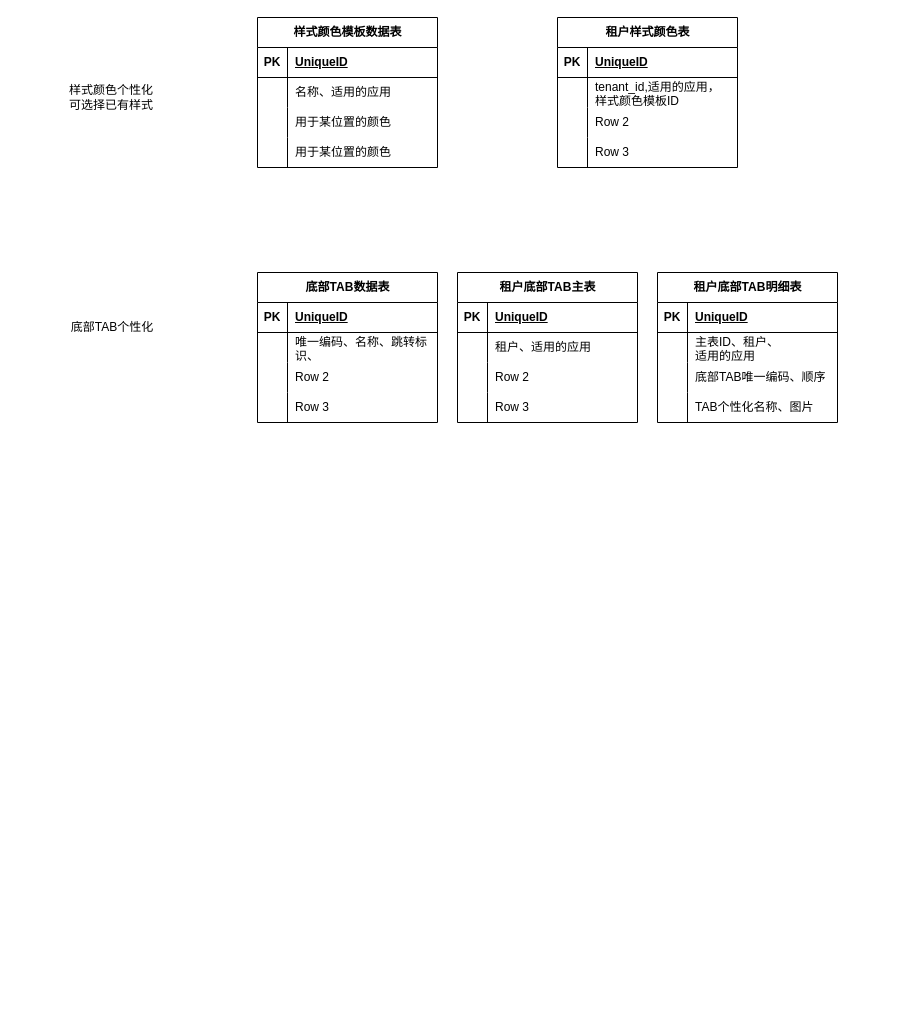
Above: page "页面个性化装修" (4 of 4) of saas数据模型.drawio in chlInGithub/diagrams (draw.io), before the change. Source tidied: cells renumbered, new cells numbered last; positions are measured from the earlier drawing's top-left corner, leaving out a move shared by most shapes. Both pictures are drawn from the tidied source at 100%, with x=0, y=0 at pixel (67, 17).
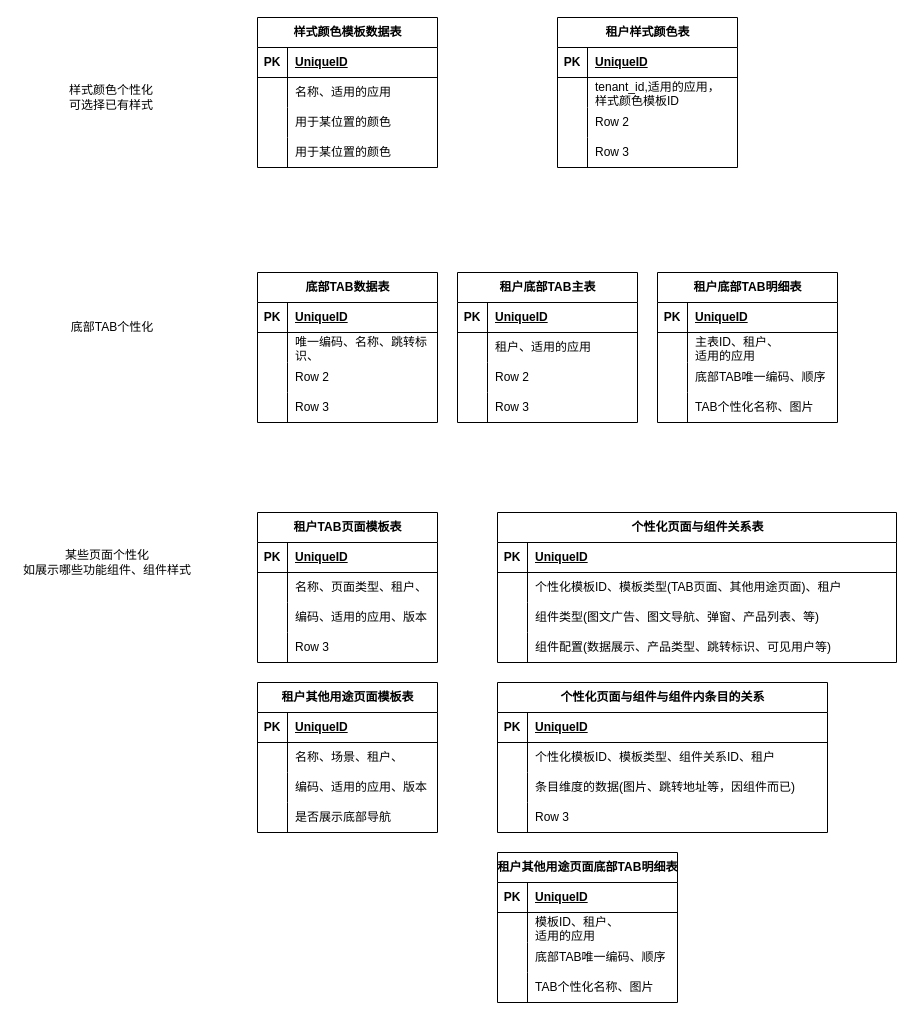
The same page after the edit.

Commit message:
更新saas数据模型.drawio

Diff of the diagram source:
```diff
@@
+    <mxCell id="69" value="租户TAB页面模板表" style="shape=table;startSize=30;childLayout=tableLayout;rowLines=0;fontStyle=1;align=center;html=1;" parent="1" vertex="1">
+      <mxGeometry x="190" y="495" width="180" height="150" as="geometry" />
+    </mxCell>
+    <mxCell id="70" style="shape=tableRow;horizontal=0;startSize=0;swimlaneHead=0;swimlaneBody=0;fillColor=none;top=0;left=0;right=0;bottom=1;" parent="69" vertex="1">
+      <mxGeometry y="30" width="180" height="30" as="geometry" />
+    </mxCell>
+    <mxCell id="71" value="PK" style="shape=partialRectangle;fillColor=none;top=0;left=0;bottom=0;right=0;fontStyle=1;overflow=hidden;whiteSpace=wrap;html=1;" parent="70" vertex="1">
+      <mxGeometry width="30" height="30" as="geometry" />
+    </mxCell>
+    <mxCell id="72" value="UniqueID" style="shape=partialRectangle;fillColor=none;top=0;left=0;bottom=0;right=0;align=left;spacingLeft=6;fontStyle=5;overflow=hidden;whiteSpace=wrap;html=1;" parent="70" vertex="1">
+      <mxGeometry x="30" width="150" height="30" as="geometry" />
+    </mxCell>
+    <mxCell id="73" style="shape=tableRow;horizontal=0;startSize=0;swimlaneHead=0;swimlaneBody=0;fillColor=none;top=0;left=0;right=0;bottom=0;" parent="69" vertex="1">
+      <mxGeometry y="60" width="180" height="30" as="geometry" />
+    </mxCell>
+    <mxCell id="74" style="shape=partialRectangle;fillColor=none;top=0;left=0;bottom=0;right=0;overflow=hidden;whiteSpace=wrap;html=1;" parent="73" vertex="1">
+      <mxGeometry width="30" height="30" as="geometry" />
+    </mxCell>
+    <mxCell id="75" value="名称、页面类型、租户、" style="shape=partialRectangle;fillColor=none;top=0;left=0;bottom=0;right=0;align=left;spacingLeft=6;overflow=hidden;whiteSpace=wrap;html=1;" parent="73" vertex="1">
+      <mxGeometry x="30" width="150" height="30" as="geometry" />
+    </mxCell>
+    <mxCell id="76" style="shape=tableRow;horizontal=0;startSize=0;swimlaneHead=0;swimlaneBody=0;fillColor=none;top=0;left=0;right=0;bottom=0;" parent="69" vertex="1">
+      <mxGeometry y="90" width="180" height="30" as="geometry" />
+    </mxCell>
+    <mxCell id="77" style="shape=partialRectangle;fillColor=none;top=0;left=0;bottom=0;right=0;overflow=hidden;whiteSpace=wrap;html=1;" parent="76" vertex="1">
+      <mxGeometry width="30" height="30" as="geometry" />
+    </mxCell>
+    <mxCell id="78" value="编码、适用的应用、版本" style="shape=partialRectangle;fillColor=none;top=0;left=0;bottom=0;right=0;align=left;spacingLeft=6;overflow=hidden;whiteSpace=wrap;html=1;" parent="76" vertex="1">
+      <mxGeometry x="30" width="150" height="30" as="geometry" />
+    </mxCell>
+    <mxCell id="79" style="shape=tableRow;horizontal=0;startSize=0;swimlaneHead=0;swimlaneBody=0;fillColor=none;top=0;left=0;right=0;bottom=0;" parent="69" vertex="1">
+      <mxGeometry y="120" width="180" height="30" as="geometry" />
+    </mxCell>
+    <mxCell id="80" style="shape=partialRectangle;fillColor=none;top=0;left=0;bottom=0;right=0;overflow=hidden;whiteSpace=wrap;html=1;" parent="79" vertex="1">
+      <mxGeometry width="30" height="30" as="geometry" />
+    </mxCell>
+    <mxCell id="81" value="Row 3" style="shape=partialRectangle;fillColor=none;top=0;left=0;bottom=0;right=0;align=left;spacingLeft=6;overflow=hidden;whiteSpace=wrap;html=1;" parent="79" vertex="1">
+      <mxGeometry x="30" width="150" height="30" as="geometry" />
+    </mxCell>
+    <mxCell id="82" value="某些页面个性化&lt;br&gt;如展示哪些功能组件、组件样式" style="text;html=1;strokeColor=none;fillColor=none;align=center;verticalAlign=middle;whiteSpace=wrap;rounded=0;" parent="1" vertex="1">
+      <mxGeometry x="-50" y="530" width="180" height="30" as="geometry" />
+    </mxCell>
+    <mxCell id="83" value="个性化页面与组件关系表" style="shape=table;startSize=30;childLayout=tableLayout;rowLines=0;fontStyle=1;align=center;html=1;" parent="1" vertex="1">
+      <mxGeometry x="430" y="495" width="399" height="150" as="geometry" />
+    </mxCell>
+    <mxCell id="84" style="shape=tableRow;horizontal=0;startSize=0;swimlaneHead=0;swimlaneBody=0;fillColor=none;top=0;left=0;right=0;bottom=1;" parent="83" vertex="1">
+      <mxGeometry y="30" width="399" height="30" as="geometry" />
+    </mxCell>
+    <mxCell id="85" value="PK" style="shape=partialRectangle;fillColor=none;top=0;left=0;bottom=0;right=0;fontStyle=1;overflow=hidden;whiteSpace=wrap;html=1;" parent="84" vertex="1">
+      <mxGeometry width="30" height="30" as="geometry" />
+    </mxCell>
+    <mxCell id="86" value="UniqueID" style="shape=partialRectangle;fillColor=none;top=0;left=0;bottom=0;right=0;align=left;spacingLeft=6;fontStyle=5;overflow=hidden;whiteSpace=wrap;html=1;" parent="84" vertex="1">
+      <mxGeometry x="30" width="369" height="30" as="geometry" />
+    </mxCell>
+    <mxCell id="87" style="shape=tableRow;horizontal=0;startSize=0;swimlaneHead=0;swimlaneBody=0;fillColor=none;top=0;left=0;right=0;bottom=0;" parent="83" vertex="1">
+      <mxGeometry y="60" width="399" height="30" as="geometry" />
+    </mxCell>
+    <mxCell id="88" style="shape=partialRectangle;fillColor=none;top=0;left=0;bottom=0;right=0;overflow=hidden;whiteSpace=wrap;html=1;" parent="87" vertex="1">
+      <mxGeometry width="30" height="30" as="geometry" />
+    </mxCell>
+    <mxCell id="89" value="个性化模板ID、模板类型(TAB页面、其他用途页面)、租户" style="shape=partialRectangle;fillColor=none;top=0;left=0;bottom=0;right=0;align=left;spacingLeft=6;overflow=hidden;whiteSpace=wrap;html=1;" parent="87" vertex="1">
+      <mxGeometry x="30" width="369" height="30" as="geometry" />
+    </mxCell>
+    <mxCell id="90" style="shape=tableRow;horizontal=0;startSize=0;swimlaneHead=0;swimlaneBody=0;fillColor=none;top=0;left=0;right=0;bottom=0;" parent="83" vertex="1">
+      <mxGeometry y="90" width="399" height="30" as="geometry" />
+    </mxCell>
+    <mxCell id="91" style="shape=partialRectangle;fillColor=none;top=0;left=0;bottom=0;right=0;overflow=hidden;whiteSpace=wrap;html=1;" parent="90" vertex="1">
+      <mxGeometry width="30" height="30" as="geometry" />
+    </mxCell>
+    <mxCell id="92" value="组件类型(图文广告、图文导航、弹窗、产品列表、等)" style="shape=partialRectangle;fillColor=none;top=0;left=0;bottom=0;right=0;align=left;spacingLeft=6;overflow=hidden;whiteSpace=wrap;html=1;" parent="90" vertex="1">
+      <mxGeometry x="30" width="369" height="30" as="geometry" />
+    </mxCell>
+    <mxCell id="93" style="shape=tableRow;horizontal=0;startSize=0;swimlaneHead=0;swimlaneBody=0;fillColor=none;top=0;left=0;right=0;bottom=0;" parent="83" vertex="1">
+      <mxGeometry y="120" width="399" height="30" as="geometry" />
+    </mxCell>
+    <mxCell id="94" style="shape=partialRectangle;fillColor=none;top=0;left=0;bottom=0;right=0;overflow=hidden;whiteSpace=wrap;html=1;" parent="93" vertex="1">
+      <mxGeometry width="30" height="30" as="geometry" />
+    </mxCell>
+    <mxCell id="95" value="组件配置(数据展示、产品类型、跳转标识、可见用户等)" style="shape=partialRectangle;fillColor=none;top=0;left=0;bottom=0;right=0;align=left;spacingLeft=6;overflow=hidden;whiteSpace=wrap;html=1;" parent="93" vertex="1">
+      <mxGeometry x="30" width="369" height="30" as="geometry" />
+    </mxCell>
+    <mxCell id="96" value="个性化页面与组件与组件内条目的关系" style="shape=table;startSize=30;childLayout=tableLayout;rowLines=0;fontStyle=1;align=center;html=1;" parent="1" vertex="1">
+      <mxGeometry x="430" y="665" width="330" height="150" as="geometry" />
+    </mxCell>
+    <mxCell id="97" style="shape=tableRow;horizontal=0;startSize=0;swimlaneHead=0;swimlaneBody=0;fillColor=none;top=0;left=0;right=0;bottom=1;" parent="96" vertex="1">
+      <mxGeometry y="30" width="330" height="30" as="geometry" />
+    </mxCell>
+    <mxCell id="98" value="PK" style="shape=partialRectangle;fillColor=none;top=0;left=0;bottom=0;right=0;fontStyle=1;overflow=hidden;whiteSpace=wrap;html=1;" parent="97" vertex="1">
+      <mxGeometry width="30" height="30" as="geometry" />
+    </mxCell>
+    <mxCell id="99" value="UniqueID" style="shape=partialRectangle;fillColor=none;top=0;left=0;bottom=0;right=0;align=left;spacingLeft=6;fontStyle=5;overflow=hidden;whiteSpace=wrap;html=1;" parent="97" vertex="1">
+      <mxGeometry x="30" width="300" height="30" as="geometry" />
+    </mxCell>
+    <mxCell id="100" style="shape=tableRow;horizontal=0;startSize=0;swimlaneHead=0;swimlaneBody=0;fillColor=none;top=0;left=0;right=0;bottom=0;" parent="96" vertex="1">
+      <mxGeometry y="60" width="330" height="30" as="geometry" />
+    </mxCell>
+    <mxCell id="101" style="shape=partialRectangle;fillColor=none;top=0;left=0;bottom=0;right=0;overflow=hidden;whiteSpace=wrap;html=1;" parent="100" vertex="1">
+      <mxGeometry width="30" height="30" as="geometry" />
+    </mxCell>
+    <mxCell id="102" value="个性化模板ID、模板类型、组件关系ID、租户" style="shape=partialRectangle;fillColor=none;top=0;left=0;bottom=0;right=0;align=left;spacingLeft=6;overflow=hidden;whiteSpace=wrap;html=1;" parent="100" vertex="1">
+      <mxGeometry x="30" width="300" height="30" as="geometry" />
+    </mxCell>
+    <mxCell id="103" style="shape=tableRow;horizontal=0;startSize=0;swimlaneHead=0;swimlaneBody=0;fillColor=none;top=0;left=0;right=0;bottom=0;" parent="96" vertex="1">
+      <mxGeometry y="90" width="330" height="30" as="geometry" />
+    </mxCell>
+    <mxCell id="104" style="shape=partialRectangle;fillColor=none;top=0;left=0;bottom=0;right=0;overflow=hidden;whiteSpace=wrap;html=1;" parent="103" vertex="1">
+      <mxGeometry width="30" height="30" as="geometry" />
+    </mxCell>
+    <mxCell id="105" value="条目维度的数据(图片、跳转地址等，因组件而已)" style="shape=partialRectangle;fillColor=none;top=0;left=0;bottom=0;right=0;align=left;spacingLeft=6;overflow=hidden;whiteSpace=wrap;html=1;" parent="103" vertex="1">
+      <mxGeometry x="30" width="300" height="30" as="geometry" />
+    </mxCell>
+    <mxCell id="106" style="shape=tableRow;horizontal=0;startSize=0;swimlaneHead=0;swimlaneBody=0;fillColor=none;top=0;left=0;right=0;bottom=0;" parent="96" vertex="1">
+      <mxGeometry y="120" width="330" height="30" as="geometry" />
+    </mxCell>
+    <mxCell id="107" style="shape=partialRectangle;fillColor=none;top=0;left=0;bottom=0;right=0;overflow=hidden;whiteSpace=wrap;html=1;" parent="106" vertex="1">
+      <mxGeometry width="30" height="30" as="geometry" />
+    </mxCell>
+    <mxCell id="108" value="Row 3" style="shape=partialRectangle;fillColor=none;top=0;left=0;bottom=0;right=0;align=left;spacingLeft=6;overflow=hidden;whiteSpace=wrap;html=1;" parent="106" vertex="1">
+      <mxGeometry x="30" width="300" height="30" as="geometry" />
+    </mxCell>
+    <mxCell id="109" value="租户其他用途页面模板表" style="shape=table;startSize=30;childLayout=tableLayout;rowLines=0;fontStyle=1;align=center;html=1;" parent="1" vertex="1">
+      <mxGeometry x="190" y="665" width="180" height="150" as="geometry" />
+    </mxCell>
+    <mxCell id="110" style="shape=tableRow;horizontal=0;startSize=0;swimlaneHead=0;swimlaneBody=0;fillColor=none;top=0;left=0;right=0;bottom=1;" parent="109" vertex="1">
+      <mxGeometry y="30" width="180" height="30" as="geometry" />
+    </mxCell>
+    <mxCell id="111" value="PK" style="shape=partialRectangle;fillColor=none;top=0;left=0;bottom=0;right=0;fontStyle=1;overflow=hidden;whiteSpace=wrap;html=1;" parent="110" vertex="1">
+      <mxGeometry width="30" height="30" as="geometry" />
+    </mxCell>
+    <mxCell id="112" value="UniqueID" style="shape=partialRectangle;fillColor=none;top=0;left=0;bottom=0;right=0;align=left;spacingLeft=6;fontStyle=5;overflow=hidden;whiteSpace=wrap;html=1;" parent="110" vertex="1">
+      <mxGeometry x="30" width="150" height="30" as="geometry" />
+    </mxCell>
+    <mxCell id="113" style="shape=tableRow;horizontal=0;startSize=0;swimlaneHead=0;swimlaneBody=0;fillColor=none;top=0;left=0;right=0;bottom=0;" parent="109" vertex="1">
+      <mxGeometry y="60" width="180" height="30" as="geometry" />
+    </mxCell>
+    <mxCell id="114" style="shape=partialRectangle;fillColor=none;top=0;left=0;bottom=0;right=0;overflow=hidden;whiteSpace=wrap;html=1;" parent="113" vertex="1">
+      <mxGeometry width="30" height="30" as="geometry" />
+    </mxCell>
+    <mxCell id="115" value="名称、场景、租户、" style="shape=partialRectangle;fillColor=none;top=0;left=0;bottom=0;right=0;align=left;spacingLeft=6;overflow=hidden;whiteSpace=wrap;html=1;" parent="113" vertex="1">
+      <mxGeometry x="30" width="150" height="30" as="geometry" />
+    </mxCell>
+    <mxCell id="116" style="shape=tableRow;horizontal=0;startSize=0;swimlaneHead=0;swimlaneBody=0;fillColor=none;top=0;left=0;right=0;bottom=0;" parent="109" vertex="1">
+      <mxGeometry y="90" width="180" height="30" as="geometry" />
+    </mxCell>
+    <mxCell id="117" style="shape=partialRectangle;fillColor=none;top=0;left=0;bottom=0;right=0;overflow=hidden;whiteSpace=wrap;html=1;" parent="116" vertex="1">
+      <mxGeometry width="30" height="30" as="geometry" />
+    </mxCell>
+    <mxCell id="118" value="编码、适用的应用、版本" style="shape=partialRectangle;fillColor=none;top=0;left=0;bottom=0;right=0;align=left;spacingLeft=6;overflow=hidden;whiteSpace=wrap;html=1;" parent="116" vertex="1">
+      <mxGeometry x="30" width="150" height="30" as="geometry" />
+    </mxCell>
+    <mxCell id="119" style="shape=tableRow;horizontal=0;startSize=0;swimlaneHead=0;swimlaneBody=0;fillColor=none;top=0;left=0;right=0;bottom=0;" parent="109" vertex="1">
+      <mxGeometry y="120" width="180" height="30" as="geometry" />
+    </mxCell>
+    <mxCell id="120" style="shape=partialRectangle;fillColor=none;top=0;left=0;bottom=0;right=0;overflow=hidden;whiteSpace=wrap;html=1;" parent="119" vertex="1">
+      <mxGeometry width="30" height="30" as="geometry" />
+    </mxCell>
+    <mxCell id="121" value="是否展示底部导航" style="shape=partialRectangle;fillColor=none;top=0;left=0;bottom=0;right=0;align=left;spacingLeft=6;overflow=hidden;whiteSpace=wrap;html=1;" parent="119" vertex="1">
+      <mxGeometry x="30" width="150" height="30" as="geometry" />
+    </mxCell>
+    <mxCell id="122" value="租户其他用途页面底部TAB明细表" style="shape=table;startSize=30;childLayout=tableLayout;rowLines=0;fontStyle=1;align=center;html=1;" parent="1" vertex="1">
+      <mxGeometry x="430" y="835" width="180" height="150" as="geometry" />
+    </mxCell>
+    <mxCell id="123" style="shape=tableRow;horizontal=0;startSize=0;swimlaneHead=0;swimlaneBody=0;fillColor=none;top=0;left=0;right=0;bottom=1;" parent="122" vertex="1">
+      <mxGeometry y="30" width="180" height="30" as="geometry" />
+    </mxCell>
+    <mxCell id="124" value="PK" style="shape=partialRectangle;fillColor=none;top=0;left=0;bottom=0;right=0;fontStyle=1;overflow=hidden;whiteSpace=wrap;html=1;" parent="123" vertex="1">
+      <mxGeometry width="30" height="30" as="geometry" />
+    </mxCell>
+    <mxCell id="125" value="UniqueID" style="shape=partialRectangle;fillColor=none;top=0;left=0;bottom=0;right=0;align=left;spacingLeft=6;fontStyle=5;overflow=hidden;whiteSpace=wrap;html=1;" parent="123" vertex="1">
+      <mxGeometry x="30" width="150" height="30" as="geometry" />
+    </mxCell>
+    <mxCell id="126" style="shape=tableRow;horizontal=0;startSize=0;swimlaneHead=0;swimlaneBody=0;fillColor=none;top=0;left=0;right=0;bottom=0;" parent="122" vertex="1">
+      <mxGeometry y="60" width="180" height="30" as="geometry" />
+    </mxCell>
+    <mxCell id="127" style="shape=partialRectangle;fillColor=none;top=0;left=0;bottom=0;right=0;overflow=hidden;whiteSpace=wrap;html=1;" parent="126" vertex="1">
+      <mxGeometry width="30" height="30" as="geometry" />
+    </mxCell>
+    <mxCell id="128" value="模板ID、租户、&lt;br&gt;适用的应用" style="shape=partialRectangle;fillColor=none;top=0;left=0;bottom=0;right=0;align=left;spacingLeft=6;overflow=hidden;whiteSpace=wrap;html=1;" parent="126" vertex="1">
+      <mxGeometry x="30" width="150" height="30" as="geometry" />
+    </mxCell>
+    <mxCell id="129" style="shape=tableRow;horizontal=0;startSize=0;swimlaneHead=0;swimlaneBody=0;fillColor=none;top=0;left=0;right=0;bottom=0;" parent="122" vertex="1">
+      <mxGeometry y="90" width="180" height="30" as="geometry" />
+    </mxCell>
+    <mxCell id="130" style="shape=partialRectangle;fillColor=none;top=0;left=0;bottom=0;right=0;overflow=hidden;whiteSpace=wrap;html=1;" parent="129" vertex="1">
+      <mxGeometry width="30" height="30" as="geometry" />
+    </mxCell>
+    <mxCell id="131" value="底部TAB唯一编码、顺序" style="shape=partialRectangle;fillColor=none;top=0;left=0;bottom=0;right=0;align=left;spacingLeft=6;overflow=hidden;whiteSpace=wrap;html=1;" parent="129" vertex="1">
+      <mxGeometry x="30" width="150" height="30" as="geometry" />
+    </mxCell>
+    <mxCell id="132" style="shape=tableRow;horizontal=0;startSize=0;swimlaneHead=0;swimlaneBody=0;fillColor=none;top=0;left=0;right=0;bottom=0;" parent="122" vertex="1">
+      <mxGeometry y="120" width="180" height="30" as="geometry" />
+    </mxCell>
+    <mxCell id="133" style="shape=partialRectangle;fillColor=none;top=0;left=0;bottom=0;right=0;overflow=hidden;whiteSpace=wrap;html=1;" parent="132" vertex="1">
+      <mxGeometry width="30" height="30" as="geometry" />
+    </mxCell>
+    <mxCell id="134" value="TAB个性化名称、图片" style="shape=partialRectangle;fillColor=none;top=0;left=0;bottom=0;right=0;align=left;spacingLeft=6;overflow=hidden;whiteSpace=wrap;html=1;" parent="132" vertex="1">
+      <mxGeometry x="30" width="150" height="30" as="geometry" />
+    </mxCell>
```
